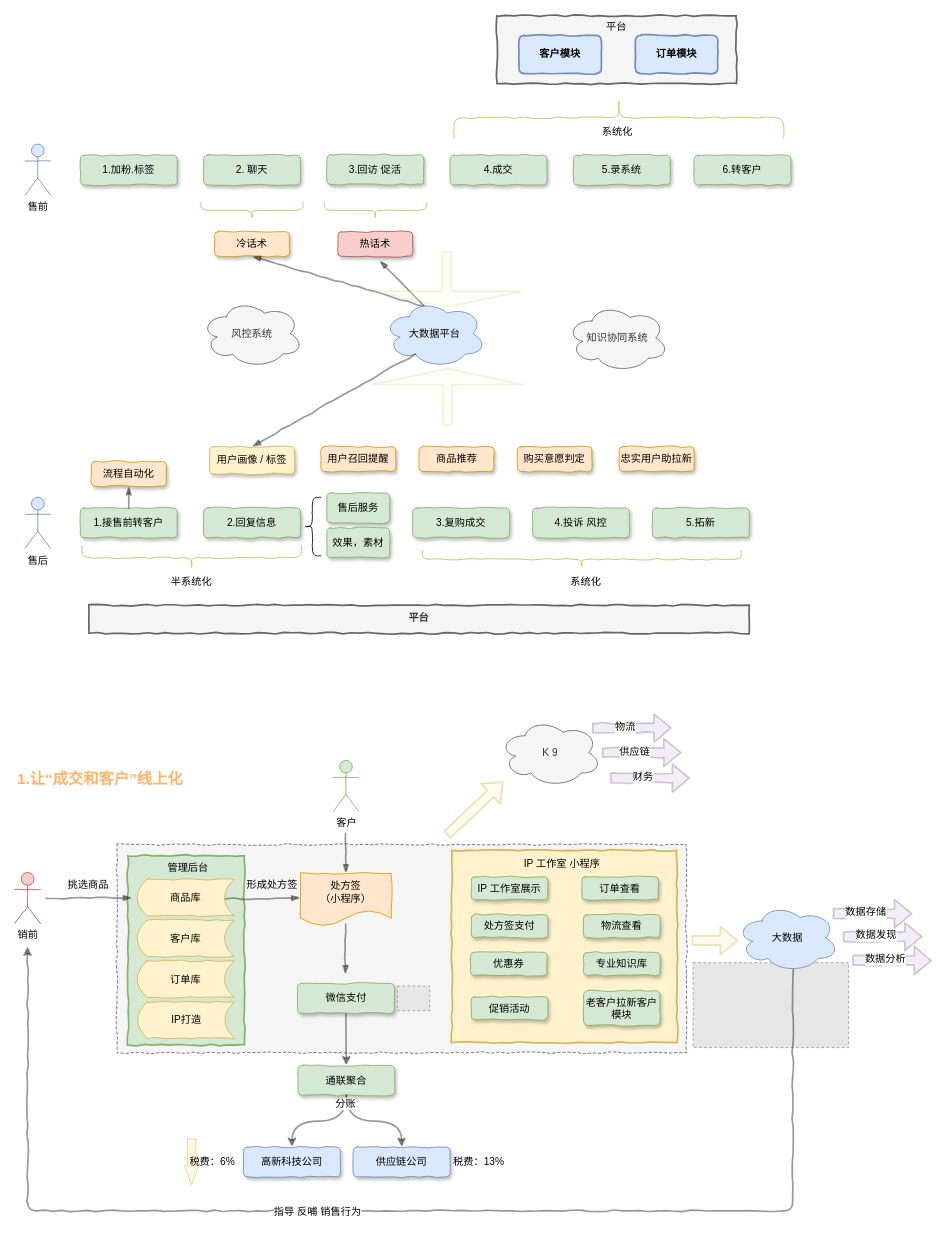
This is page "第 2 页" (2 of 2) of 洋葱结构梳理.drawio from chenyz/EGOTableViewPullRefresh, a draw.io file, before an edit. Source tidied: cells renumbered, new cells numbered last; positions are measured from the earlier drawing's top-left corner, leaving out a move shared by most shapes. Both pictures are drawn from the tidied source at 85%, with x=0, y=0 at pixel (14, -48). Pictures stored in the file or linked from it are replaced by grey dashed boxes.
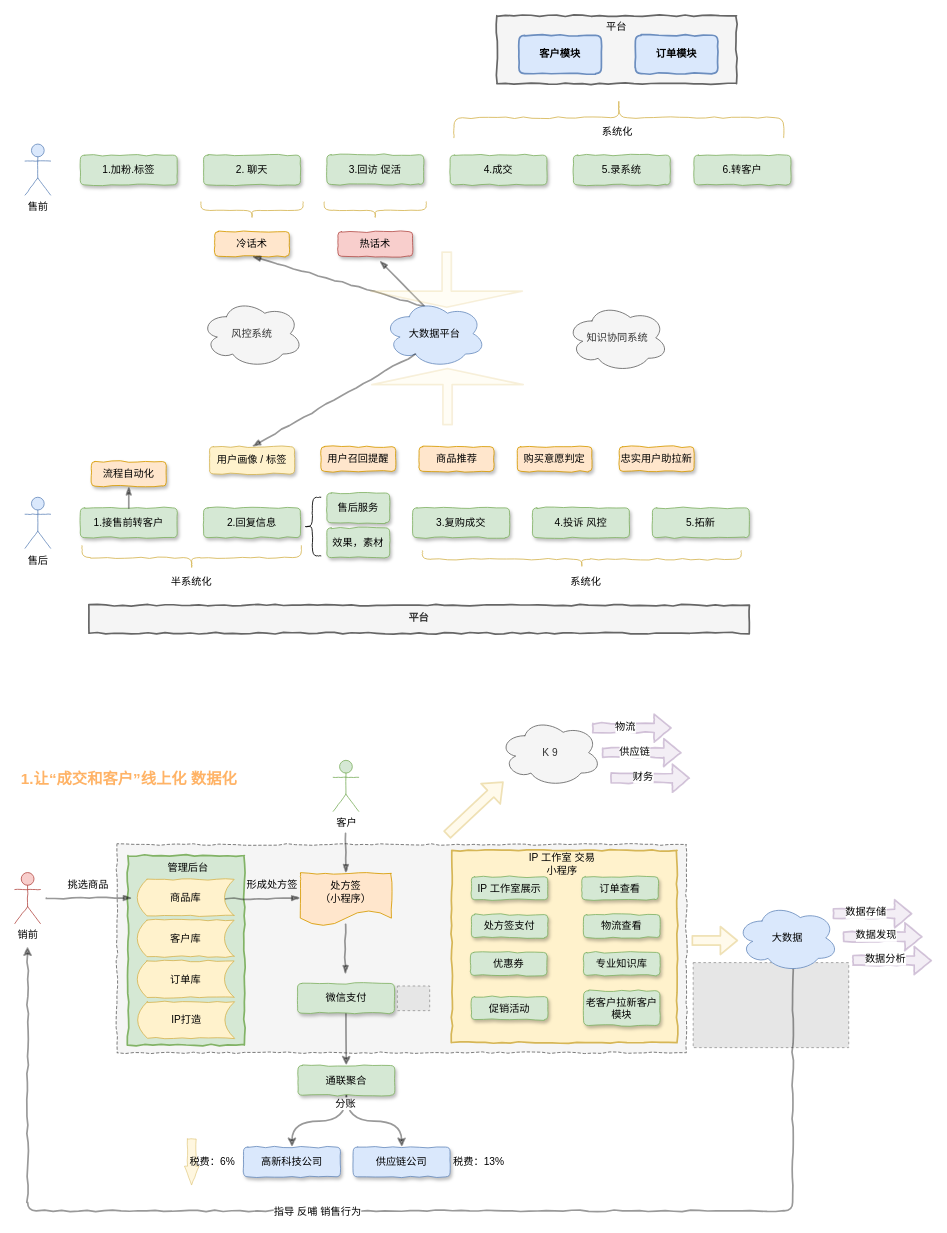
Above is the later version.

Commit message:
更新洋葱结构梳理.drawio

The edit, as a diff of the source:
```diff
@@
-    <mxCell id="54" value="&lt;font style=&quot;font-size: 18px&quot; color=&quot;#ffb366&quot;&gt;1.让“成交和客户”线上化&lt;/font&gt;" style="text;strokeColor=none;fillColor=none;html=1;fontSize=24;fontStyle=1;verticalAlign=middle;align=center;rounded=0;shadow=0;glass=0;comic=1;" parent="1" vertex="1">
-      <mxGeometry x="50" y="950" width="100" height="40" as="geometry" />
+    <mxCell id="54" value="&lt;font style=&quot;font-size: 18px&quot; color=&quot;#ffb366&quot;&gt;1.让“成交和客户”线上化 数据化&lt;/font&gt;" style="text;strokeColor=none;fillColor=none;html=1;fontSize=24;fontStyle=1;verticalAlign=middle;align=center;rounded=0;shadow=0;glass=0;comic=1;" parent="1" vertex="1">
+      <mxGeometry x="84" y="950" width="100" height="40" as="geometry" />
     </mxCell>
@@
-    <mxCell id="88" value="IP 工作室 小程序" style="text;html=1;strokeColor=none;fillColor=none;align=center;verticalAlign=middle;whiteSpace=wrap;rounded=0;shadow=0;glass=0;comic=1;" parent="1" vertex="1">
+    <mxCell id="88" value="IP 工作室 交易 &lt;br&gt;小程序" style="text;html=1;strokeColor=none;fillColor=none;align=center;verticalAlign=middle;whiteSpace=wrap;rounded=0;shadow=0;glass=0;comic=1;" parent="1" vertex="1">
       <mxGeometry x="596" y="1062" width="96" height="20" as="geometry" />
     </mxCell>
```
